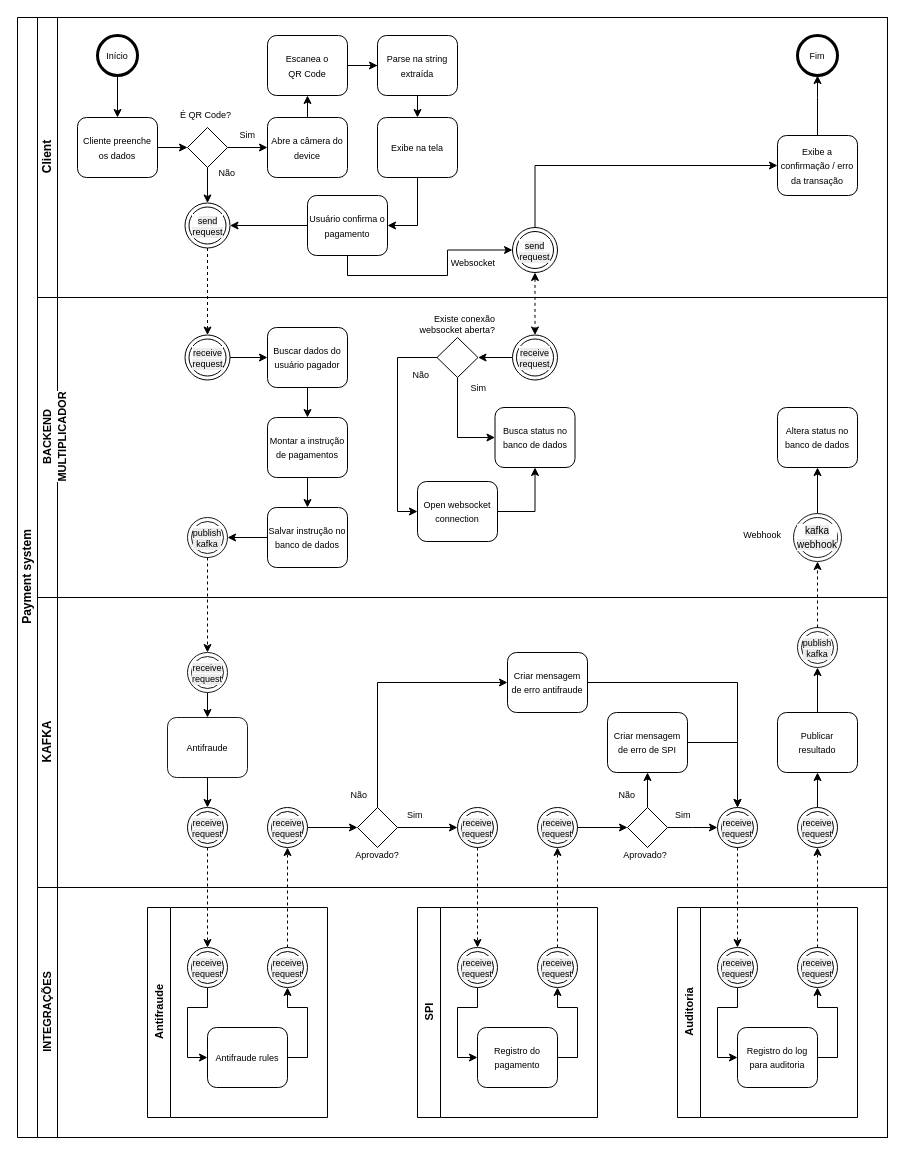
danielfabbri/arctest keeps this draw.io diagram as page "Pix direto" (1 of 3) of pix-architecture-overview.drawio. Above is the earlier version. Source tidied: cells renumbered, new cells numbered last; positions are measured from the earlier drawing's top-left corner, leaving out a move shared by most shapes. Both pictures are drawn from the tidied source at 100%, with x=0, y=0 at pixel (-3, 17).
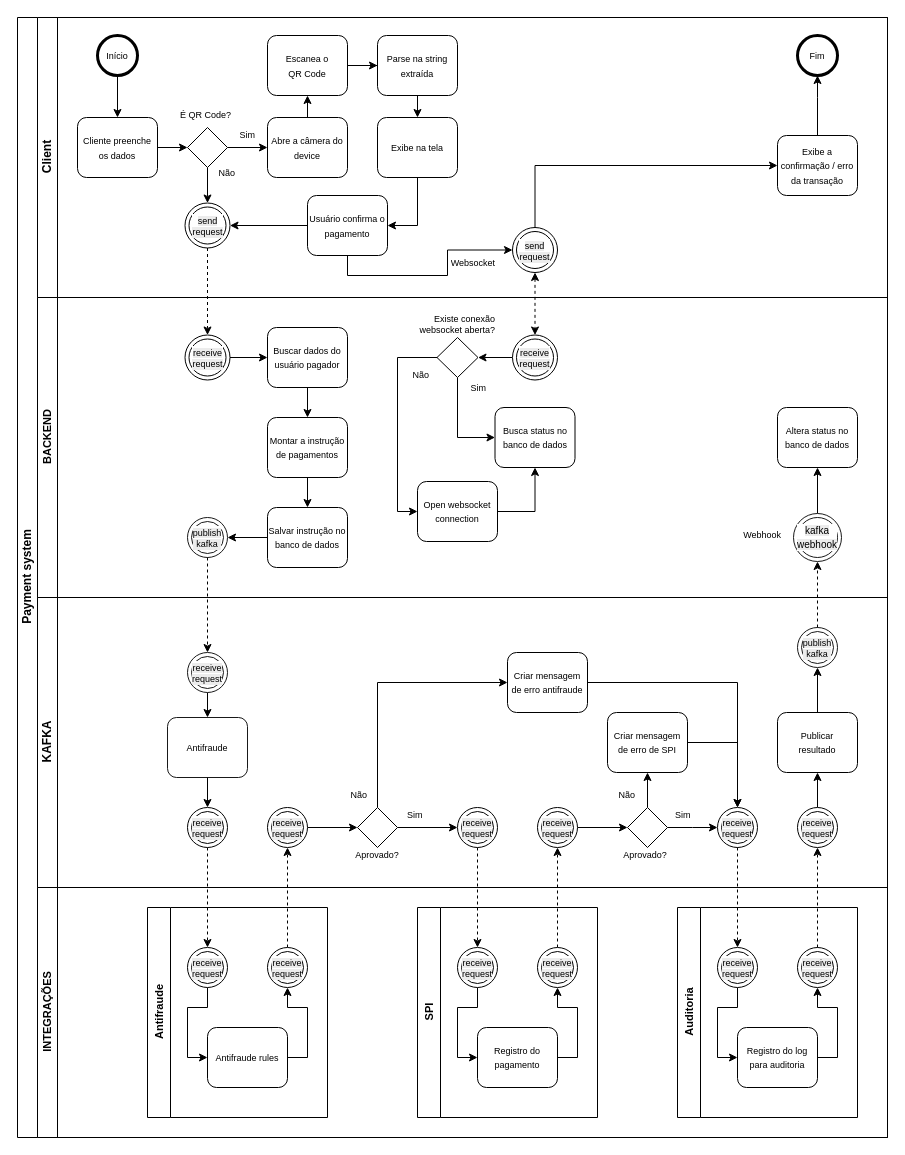
After the change.

Unchanged cells that the change refers to:
```xml
<mxCell id="33" value="API" style="swimlane;html=1;startSize=20;horizontal=0;rounded=0;" parent="2" vertex="1">
  <mxGeometry x="20" y="280" width="850" height="840" as="geometry" />
</mxCell>
```

What changed in the source:
```diff
@@
-    <mxCell id="122" value="&lt;b&gt;MULTIPLICADOR&lt;/b&gt;" style="text;html=1;align=center;verticalAlign=middle;strokeColor=none;fillColor=none;fontFamily=Helvetica;fontSize=11;fontColor=default;labelBackgroundColor=default;rotation=-90;" parent="33" vertex="1">
-      <mxGeometry x="-30" y="125" width="110" height="30" as="geometry" />
-    </mxCell>
```
